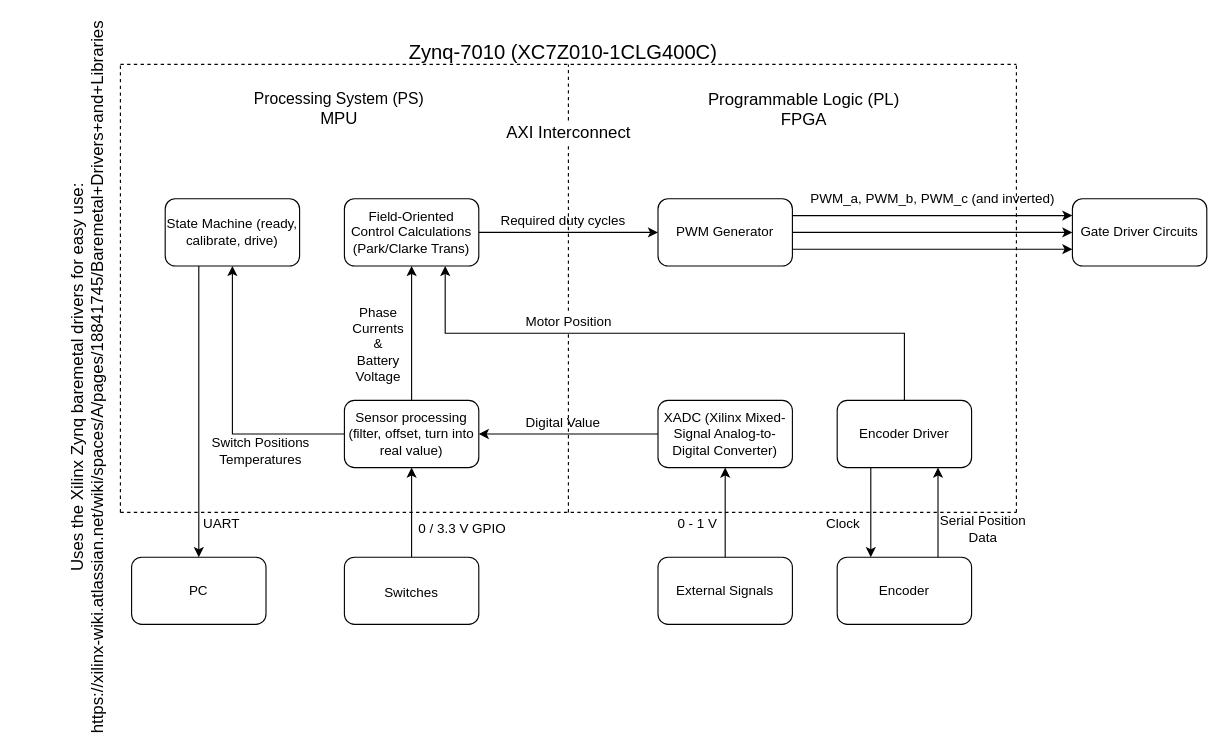
Before: page "Software Overview" (2 of 5) of Overview/ElectricGoKart.drawio in SR-Madsen/ElectricGoKart, a draw.io diagram. Source tidied: cells renumbered, new cells numbered last; positions are measured from the earlier drawing's top-left corner, leaving out a move shared by most shapes. Both pictures are drawn from the tidied source at 112%, with x=0, y=0 at pixel (-272, 41).
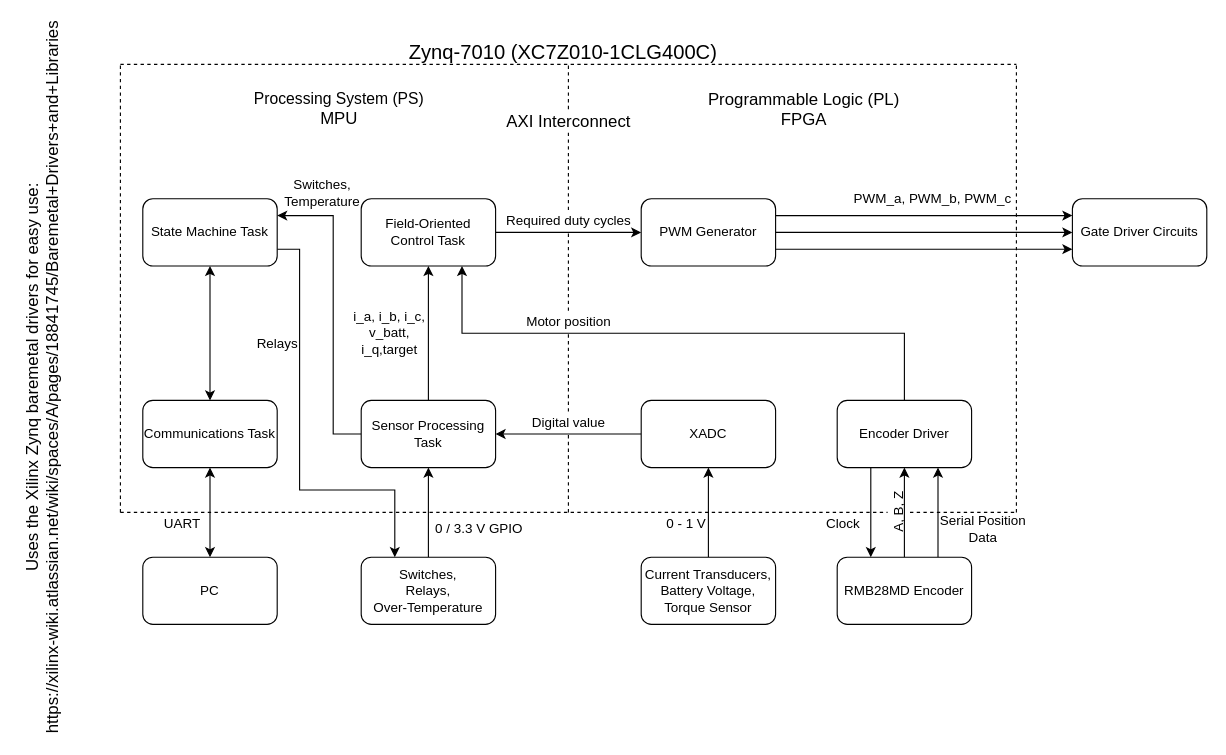
Above is the later version.

Unchanged cells that the change refers to:
```xml
<mxCell id="32" value="Encoder Driver" style="rounded=1;whiteSpace=wrap;html=1;" parent="1" vertex="1">
  <mxGeometry x="990" y="320" width="120" height="60" as="geometry" />
</mxCell>
```

What changed in the source:
```diff
@@
-    <mxCell id="6" value="Field-Oriented Control Calculations (Park/Clarke Trans)" style="rounded=1;whiteSpace=wrap;html=1;" parent="1" vertex="1">
-      <mxGeometry x="550" y="140" width="120" height="60" as="geometry" />
+    <mxCell id="6" value="Field-Oriented Control Task" style="rounded=1;whiteSpace=wrap;html=1;" parent="1" vertex="1">
+      <mxGeometry x="565" y="140" width="120" height="60" as="geometry" />
     </mxCell>
-    <mxCell id="7" style="edgeStyle=orthogonalEdgeStyle;rounded=0;jettySize=auto;html=1;exitX=0.25;exitY=1;exitDx=0;exitDy=0;entryX=0.5;entryY=0;entryDx=0;entryDy=0;" parent="1" edge="1" source="8" target="47">
-      <mxGeometry relative="1" as="geometry" />
-    </mxCell>
+    <mxCell id="49" style="edgeStyle=orthogonalEdgeStyle;rounded=0;jettySize=auto;html=1;exitX=0.5;exitY=1;exitDx=0;exitDy=0;entryX=0.5;entryY=0;entryDx=0;entryDy=0;fontSize=12;startArrow=classic;startFill=1;" parent="1" edge="1" source="8" target="55">
+      <mxGeometry relative="1" as="geometry" />
+    </mxCell>
+    <mxCell id="50" style="edgeStyle=orthogonalEdgeStyle;rounded=0;jettySize=auto;html=1;exitX=1;exitY=0.75;exitDx=0;exitDy=0;entryX=0.25;entryY=0;entryDx=0;entryDy=0;fontSize=12;" parent="1" edge="1" source="8" target="45">
+      <mxGeometry relative="1" as="geometry">
+        <Array as="points">
+          <mxPoint x="510" y="185" />
+          <mxPoint x="510" y="400" />
+          <mxPoint x="595" y="400" />
+        </Array>
+      </mxGeometry>
+    </mxCell>
-    <mxCell id="8" value="State Machine (ready, calibrate, drive)" style="rounded=1;whiteSpace=wrap;html=1;" parent="1" vertex="1">
-      <mxGeometry x="390" y="140" width="120" height="60" as="geometry" />
+    <mxCell id="8" value="State Machine Task" style="rounded=1;whiteSpace=wrap;html=1;" parent="1" vertex="1">
+      <mxGeometry x="370" y="140" width="120" height="60" as="geometry" />
     </mxCell>
@@
-    <mxCell id="10" value="XADC (Xilinx Mixed-Signal Analog-to-Digital Converter)" style="rounded=1;whiteSpace=wrap;html=1;" parent="1" vertex="1">
-      <mxGeometry x="830" y="320" width="120" height="60" as="geometry" />
+    <mxCell id="10" value="XADC" style="rounded=1;whiteSpace=wrap;html=1;" parent="1" vertex="1">
+      <mxGeometry x="815" y="320" width="120" height="60" as="geometry" />
     </mxCell>
@@
-    <mxCell id="12" style="edgeStyle=orthogonalEdgeStyle;rounded=0;jettySize=auto;html=1;exitX=0;exitY=0.5;exitDx=0;exitDy=0;entryX=0.5;entryY=1;entryDx=0;entryDy=0;" parent="1" edge="1" source="13" target="8">
-      <mxGeometry relative="1" as="geometry" />
+    <mxCell id="12" style="edgeStyle=orthogonalEdgeStyle;rounded=0;jettySize=auto;html=1;exitX=0;exitY=0.5;exitDx=0;exitDy=0;entryX=1;entryY=0.25;entryDx=0;entryDy=0;fontSize=12;" parent="1" edge="1" source="13" target="8">
+      <mxGeometry relative="1" as="geometry">
+        <Array as="points">
+          <mxPoint x="540" y="350" />
+          <mxPoint x="540" y="155" />
+        </Array>
+      </mxGeometry>
     </mxCell>
-    <mxCell id="13" value="Sensor processing (filter, offset, turn into real value)" style="rounded=1;whiteSpace=wrap;html=1;" parent="1" vertex="1">
-      <mxGeometry x="550" y="320" width="120" height="60" as="geometry" />
+    <mxCell id="13" value="&lt;div&gt;Sensor Processing&lt;/div&gt;&lt;div&gt;Task&lt;br&gt;&lt;/div&gt;" style="rounded=1;whiteSpace=wrap;html=1;" parent="1" vertex="1">
+      <mxGeometry x="565" y="320" width="120" height="60" as="geometry" />
     </mxCell>
@@
-    <mxCell id="16" style="endArrow=none;dashed=1;html=1;" parent="1" edge="1">
+    <mxCell id="16" style="endArrow=none;dashed=1;html=1;" parent="1" edge="1" source="52">
       <mxGeometry relative="1" as="geometry">
-        <mxPoint x="350" y="420" as="sourcePoint" />
         <mxPoint x="1150" y="420" as="targetPoint" />
       </mxGeometry>
     </mxCell>
@@
     <mxCell id="18" value="&lt;font style=&quot;font-size: 15px&quot;&gt;AXI Interconnect&lt;/font&gt;" style="text;html=1;align=center;verticalAlign=middle;points=[];" parent="1" vertex="1">
-      <mxGeometry x="690" y="70" width="120" height="20" as="geometry" />
+      <mxGeometry x="690" y="60" width="120" height="20" as="geometry" />
     </mxCell>
-    <mxCell id="19" style="endArrow=none;dashed=1;html=1;" parent="1" edge="1" source="37" target="18">
+    <mxCell id="19" style="endArrow=none;dashed=1;html=1;" parent="1" edge="1" source="27" target="18">
       <mxGeometry relative="1" as="geometry" />
     </mxCell>
@@
     <mxCell id="24" value="PWM Generator" style="whiteSpace=wrap;html=1;rounded=1;" parent="1" vertex="1">
-      <mxGeometry x="830" y="140" width="120" height="60" as="geometry" />
+      <mxGeometry x="815" y="140" width="120" height="60" as="geometry" />
     </mxCell>
@@
-    <mxCell id="26" value="External Signals" style="whiteSpace=wrap;html=1;rounded=1;" parent="1" vertex="1">
-      <mxGeometry x="830" y="460" width="120" height="60" as="geometry" />
+    <mxCell id="26" value="&lt;div&gt;Current Transducers,&lt;/div&gt;&lt;div&gt;Battery Voltage,&lt;/div&gt;&lt;div&gt;Torque Sensor&lt;br&gt;&lt;/div&gt;" style="whiteSpace=wrap;html=1;rounded=1;" parent="1" vertex="1">
+      <mxGeometry x="815" y="460" width="120" height="60" as="geometry" />
     </mxCell>
-    <mxCell id="27" value="Required duty cycles" style="text;html=1;align=center;verticalAlign=middle;points=[];" parent="1" vertex="1">
-      <mxGeometry x="680" y="150" width="130" height="20" as="geometry" />
-    </mxCell>
@@
-    <mxCell id="29" value="PWM_a, PWM_b, PWM_c (and inverted)" style="text;html=1;align=center;verticalAlign=middle;" parent="1" vertex="1">
-      <mxGeometry x="960" y="130" width="230" height="20" as="geometry" />
+    <mxCell id="29" value="PWM_a, PWM_b, PWM_c" style="text;html=1;align=center;verticalAlign=middle;" parent="1" vertex="1">
+      <mxGeometry x="1000" y="130" width="150" height="20" as="geometry" />
     </mxCell>
@@
+    <mxCell id="51" style="edgeStyle=orthogonalEdgeStyle;rounded=0;jettySize=auto;html=1;exitX=0.5;exitY=0;exitDx=0;exitDy=0;entryX=0.5;entryY=1;entryDx=0;entryDy=0;" parent="1" edge="1" source="34" target="32">
+      <mxGeometry relative="1" as="geometry" />
+    </mxCell>
-    <mxCell id="34" value="Encoder" style="rounded=1;whiteSpace=wrap;html=1;" parent="1" vertex="1">
+    <mxCell id="34" value="RMB28MD Encoder" style="rounded=1;whiteSpace=wrap;html=1;" parent="1" vertex="1">
       <mxGeometry x="990" y="460" width="120" height="60" as="geometry" />
     </mxCell>
@@
-    <mxCell id="37" value="Motor Position" style="text;html=1;align=center;verticalAlign=middle;points=[];" parent="1" vertex="1">
-      <mxGeometry x="705" y="240" width="90" height="20" as="geometry" />
-    </mxCell>
-    <mxCell id="38" style="endArrow=none;dashed=1;html=1;" parent="1" edge="1" target="37">
-      <mxGeometry relative="1" as="geometry">
-        <mxPoint x="750" y="420" as="sourcePoint" />
-      </mxGeometry>
+    <mxCell id="38" style="endArrow=none;dashed=1;html=1;" parent="1" edge="1" source="39" target="37">
+      <mxGeometry relative="1" as="geometry" />
     </mxCell>
-    <mxCell id="39" value="Digital Value" style="text;html=1;align=center;verticalAlign=middle;points=[];" parent="1" vertex="1">
-      <mxGeometry x="705" y="330" width="80" height="20" as="geometry" />
-    </mxCell>
-    <mxCell id="40" value="&lt;div&gt;Switch Positions&lt;/div&gt;&lt;div&gt;Temperatures&lt;br&gt;&lt;/div&gt;" style="text;html=1;align=center;verticalAlign=middle;" parent="1" vertex="1">
-      <mxGeometry x="420" y="350" width="110" height="30" as="geometry" />
+    <mxCell id="40" value="&lt;div&gt;Switches,&lt;/div&gt;&lt;div&gt;Temperature&lt;br&gt;&lt;/div&gt;" style="text;html=1;align=center;verticalAlign=middle;" parent="1" vertex="1">
+      <mxGeometry x="490" y="120" width="80" height="30" as="geometry" />
     </mxCell>
-    <mxCell id="41" value="&lt;div&gt;Phase&lt;/div&gt;&lt;div&gt;Currents&lt;br&gt;&lt;/div&gt;&lt;div&gt;&amp;amp;&lt;/div&gt;&lt;div&gt;Battery &lt;br&gt;&lt;/div&gt;&lt;div&gt;Voltage&lt;br&gt;&lt;/div&gt;" style="text;html=1;align=center;verticalAlign=middle;" parent="1" vertex="1">
-      <mxGeometry x="550" y="230" width="60" height="80" as="geometry" />
+    <mxCell id="41" value="&lt;div&gt;i_a, i_b, i_c,&lt;/div&gt;&lt;div&gt;v_batt,&lt;/div&gt;&lt;div&gt;i_q,target&lt;/div&gt;" style="text;html=1;align=center;verticalAlign=middle;" parent="1" vertex="1">
+      <mxGeometry x="550" y="235" width="80" height="50" as="geometry" />
     </mxCell>
     <mxCell id="42" value="0 - 1 V" style="text;html=1;align=center;verticalAlign=middle;" parent="1" vertex="1">
-      <mxGeometry x="840" y="420" width="50" height="20" as="geometry" />
+      <mxGeometry x="830" y="420" width="50" height="20" as="geometry" />
     </mxCell>
     <mxCell id="43" value="&lt;div style=&quot;font-size: 15px;&quot;&gt;Uses the Xilinx Zynq baremetal drivers for easy use:&lt;/div&gt;&lt;div style=&quot;font-size: 15px;&quot;&gt;https://xilinx-wiki.atlassian.net/wiki/spaces/A/pages/18841745/Baremetal+Drivers+and+Libraries&lt;br style=&quot;font-size: 15px;&quot;&gt;&lt;/div&gt;" style="text;html=1;align=center;verticalAlign=middle;direction=east;fontSize=15;rotation=270;" parent="1" vertex="1">
-      <mxGeometry y="280" width="640" height="40" as="geometry" />
+      <mxGeometry x="-40" y="280" width="640" height="40" as="geometry" />
     </mxCell>
@@
-    <mxCell id="45" value="&lt;font style=&quot;font-size: 12px&quot;&gt;Switches&lt;/font&gt;" style="rounded=1;whiteSpace=wrap;html=1;fontSize=15;" parent="1" vertex="1">
-      <mxGeometry x="550" y="460" width="120" height="60" as="geometry" />
+    <mxCell id="45" value="&lt;div&gt;Switches,&lt;/div&gt;&lt;div&gt;Relays,&lt;/div&gt;&lt;div&gt;Over-Temperature&lt;br&gt;&lt;/div&gt;" style="rounded=1;whiteSpace=wrap;html=1;fontSize=12;" parent="1" vertex="1">
+      <mxGeometry x="565" y="460" width="120" height="60" as="geometry" />
     </mxCell>
     <mxCell id="46" value="0 / 3.3 V GPIO" style="text;html=1;align=center;verticalAlign=middle;fontSize=12;" parent="1" vertex="1">
-      <mxGeometry x="610" y="425" width="90" height="20" as="geometry" />
+      <mxGeometry x="625" y="425" width="90" height="20" as="geometry" />
     </mxCell>
     <mxCell id="47" value="PC" style="rounded=1;whiteSpace=wrap;html=1;" parent="1" vertex="1">
-      <mxGeometry x="360" y="460" width="120" height="60" as="geometry" />
+      <mxGeometry x="370" y="460" width="120" height="60" as="geometry" />
     </mxCell>
     <mxCell id="48" value="UART" style="text;html=1;align=center;verticalAlign=middle;" parent="1" vertex="1">
-      <mxGeometry x="415" y="420" width="50" height="20" as="geometry" />
+      <mxGeometry x="380" y="420" width="50" height="20" as="geometry" />
     </mxCell>
+    <mxCell id="52" value="A, B, Z" style="text;html=1;align=center;verticalAlign=middle;points=[];direction=west;rotation=270;" parent="1" vertex="1">
+      <mxGeometry x="1020" y="410" width="50" height="20" as="geometry" />
+    </mxCell>
+    <mxCell id="53" style="endArrow=none;dashed=1;html=1;" parent="1" edge="1" target="52">
+      <mxGeometry relative="1" as="geometry">
+        <mxPoint x="350" y="420" as="sourcePoint" />
+      </mxGeometry>
+    </mxCell>
+    <mxCell id="54" style="edgeStyle=orthogonalEdgeStyle;rounded=0;jettySize=auto;html=1;exitX=0.5;exitY=1;exitDx=0;exitDy=0;entryX=0.5;entryY=0;entryDx=0;entryDy=0;fontSize=12;startArrow=classic;startFill=1;" parent="1" edge="1" source="55" target="47">
+      <mxGeometry relative="1" as="geometry" />
+    </mxCell>
+    <mxCell id="55" value="Communications Task" style="rounded=1;whiteSpace=wrap;html=1;" parent="1" vertex="1">
+      <mxGeometry x="370" y="320" width="120" height="60" as="geometry" />
+    </mxCell>
+    <mxCell id="56" value="Relays" style="text;html=1;align=center;verticalAlign=middle;fontSize=12;" parent="1" vertex="1">
+      <mxGeometry x="465" y="260" width="50" height="20" as="geometry" />
+    </mxCell>
+    <mxCell id="37" value="Motor position" style="text;html=1;align=center;verticalAlign=middle;points=[];" parent="1" vertex="1">
+      <mxGeometry x="705" y="240" width="90" height="20" as="geometry" />
+    </mxCell>
+    <mxCell id="39" value="Digital value" style="text;html=1;align=center;verticalAlign=middle;points=[];" parent="1" vertex="1">
+      <mxGeometry x="710" y="330" width="80" height="20" as="geometry" />
+    </mxCell>
+    <mxCell id="57" style="endArrow=none;dashed=1;html=1;" parent="1" edge="1" target="39">
+      <mxGeometry relative="1" as="geometry">
+        <mxPoint x="750" y="420" as="sourcePoint" />
+      </mxGeometry>
+    </mxCell>
+    <mxCell id="27" value="Required duty cycles" style="text;html=1;align=center;verticalAlign=middle;points=[];" parent="1" vertex="1">
+      <mxGeometry x="685" y="150" width="130" height="20" as="geometry" />
+    </mxCell>
+    <mxCell id="58" style="endArrow=none;dashed=1;html=1;" parent="1" edge="1" source="37" target="27">
+      <mxGeometry relative="1" as="geometry" />
+    </mxCell>
```
